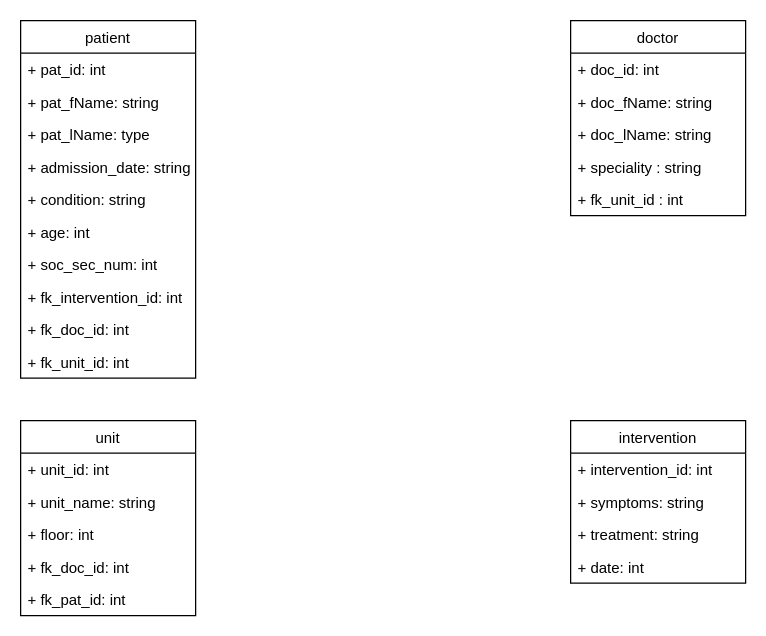
OinkoIT/BE16-MySQL-DAY2-Claus-Markus keeps this draw.io diagram as page "Page-3" (3 of 4) of claus/healthcenter.drawio. Above is the earlier version. Source tidied: cells renumbered, new cells numbered last; positions are measured from the earlier drawing's top-left corner, leaving out a move shared by most shapes. Both pictures are drawn from the tidied source at 125%, with x=0, y=0 at pixel (20, 20).
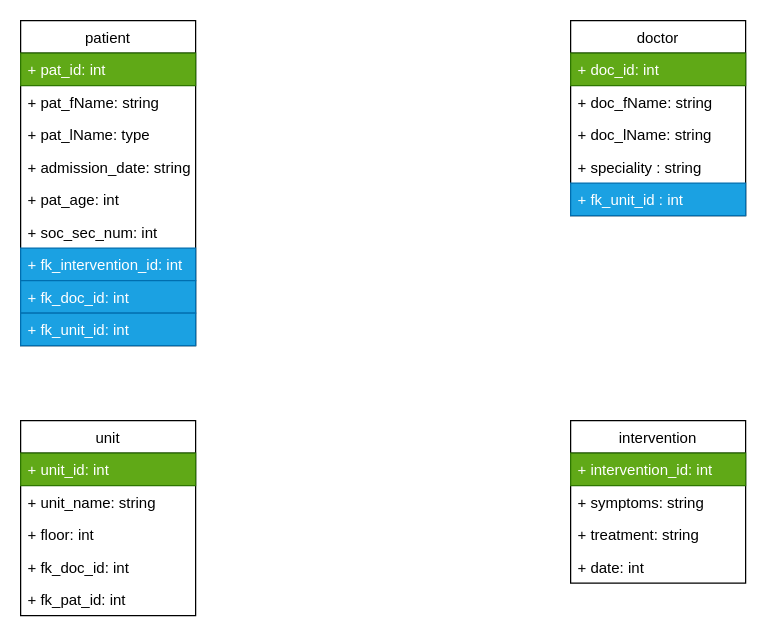
After the change.

The change refers to these unchanged cells:
```xml
<mxCell id="2" value="intervention" style="swimlane;fontStyle=0;horizontal=1;startSize=26;fillColor=none;" parent="1" vertex="1">
  <mxGeometry x="440" y="320" width="140" height="130" as="geometry" />
</mxCell>
<mxCell id="18" value="doctor" style="swimlane;fontStyle=0;horizontal=1;startSize=26;fillColor=none;" parent="1" vertex="1">
  <mxGeometry x="440" width="140" height="156" as="geometry" />
</mxCell>
<mxCell id="24" value="unit" style="swimlane;fontStyle=0;horizontal=1;startSize=26;fillColor=none;" parent="1" vertex="1">
  <mxGeometry y="320" width="140" height="156" as="geometry" />
</mxCell>
```

The edit, as a diff of the source:
```diff
@@
-    <mxCell id="3" value="+ intervention_id: int" style="text;strokeColor=none;fillColor=none;align=left;verticalAlign=top;spacingLeft=4;spacingRight=4;overflow=hidden;" parent="2" vertex="1">
+    <mxCell id="3" value="+ intervention_id: int" style="text;strokeColor=#2D7600;fillColor=#60a917;align=left;verticalAlign=top;spacingLeft=4;spacingRight=4;overflow=hidden;fontColor=#ffffff;" parent="2" vertex="1">
       <mxGeometry y="26" width="140" height="26" as="geometry" />
     </mxCell>
@@
     <mxCell id="7" value="patient" style="swimlane;fontStyle=0;horizontal=1;startSize=26;fillColor=none;" parent="1" vertex="1">
-      <mxGeometry width="140" height="286" as="geometry" />
+      <mxGeometry width="140" height="260" as="geometry" />
     </mxCell>
-    <mxCell id="8" value="+ pat_id: int" style="text;strokeColor=none;fillColor=none;align=left;verticalAlign=top;spacingLeft=4;spacingRight=4;overflow=hidden;" parent="7" vertex="1">
+    <mxCell id="8" value="+ pat_id: int" style="text;strokeColor=#2D7600;fillColor=#60a917;align=left;verticalAlign=top;spacingLeft=4;spacingRight=4;overflow=hidden;fontColor=#ffffff;" parent="7" vertex="1">
       <mxGeometry y="26" width="140" height="26" as="geometry" />
     </mxCell>
@@
-    <mxCell id="12" value="+ condition: string" style="text;strokeColor=none;fillColor=none;align=left;verticalAlign=top;spacingLeft=4;spacingRight=4;overflow=hidden;" parent="7" vertex="1">
-      <mxGeometry y="130" width="140" height="26" as="geometry" />
-    </mxCell>
-    <mxCell id="13" value="+ age: int" style="text;strokeColor=none;fillColor=none;align=left;verticalAlign=top;spacingLeft=4;spacingRight=4;overflow=hidden;" parent="7" vertex="1">
-      <mxGeometry y="156" width="140" height="26" as="geometry" />
+    <mxCell id="13" value="+ pat_age: int" style="text;strokeColor=none;fillColor=none;align=left;verticalAlign=top;spacingLeft=4;spacingRight=4;overflow=hidden;" parent="7" vertex="1">
+      <mxGeometry y="130" width="140" height="26" as="geometry" />
     </mxCell>
     <mxCell id="14" value="+ soc_sec_num: int" style="text;strokeColor=none;fillColor=none;align=left;verticalAlign=top;spacingLeft=4;spacingRight=4;overflow=hidden;" parent="7" vertex="1">
-      <mxGeometry y="182" width="140" height="26" as="geometry" />
+      <mxGeometry y="156" width="140" height="26" as="geometry" />
     </mxCell>
-    <mxCell id="15" value="+ fk_intervention_id: int" style="text;strokeColor=none;fillColor=none;align=left;verticalAlign=top;spacingLeft=4;spacingRight=4;overflow=hidden;" parent="7" vertex="1">
-      <mxGeometry y="208" width="140" height="26" as="geometry" />
+    <mxCell id="15" value="+ fk_intervention_id: int" style="text;strokeColor=#006EAF;fillColor=#1ba1e2;align=left;verticalAlign=top;spacingLeft=4;spacingRight=4;overflow=hidden;fontColor=#ffffff;" parent="7" vertex="1">
+      <mxGeometry y="182" width="140" height="26" as="geometry" />
     </mxCell>
-    <mxCell id="16" value="+ fk_doc_id: int" style="text;strokeColor=none;fillColor=none;align=left;verticalAlign=top;spacingLeft=4;spacingRight=4;overflow=hidden;" parent="7" vertex="1">
-      <mxGeometry y="234" width="140" height="26" as="geometry" />
+    <mxCell id="16" value="+ fk_doc_id: int" style="text;strokeColor=#006EAF;fillColor=#1ba1e2;align=left;verticalAlign=top;spacingLeft=4;spacingRight=4;overflow=hidden;fontColor=#ffffff;" parent="7" vertex="1">
+      <mxGeometry y="208" width="140" height="26" as="geometry" />
     </mxCell>
-    <mxCell id="17" value="+ fk_unit_id: int" style="text;strokeColor=none;fillColor=none;align=left;verticalAlign=top;spacingLeft=4;spacingRight=4;overflow=hidden;" parent="7" vertex="1">
-      <mxGeometry y="260" width="140" height="26" as="geometry" />
+    <mxCell id="17" value="+ fk_unit_id: int" style="text;strokeColor=#006EAF;fillColor=#1ba1e2;align=left;verticalAlign=top;spacingLeft=4;spacingRight=4;overflow=hidden;fontColor=#ffffff;" parent="7" vertex="1">
+      <mxGeometry y="234" width="140" height="26" as="geometry" />
     </mxCell>
@@
-    <mxCell id="19" value="+ doc_id: int" style="text;strokeColor=none;fillColor=none;align=left;verticalAlign=top;spacingLeft=4;spacingRight=4;overflow=hidden;" parent="18" vertex="1">
+    <mxCell id="19" value="+ doc_id: int" style="text;strokeColor=#2D7600;fillColor=#60a917;align=left;verticalAlign=top;spacingLeft=4;spacingRight=4;overflow=hidden;fontColor=#ffffff;" parent="18" vertex="1">
       <mxGeometry y="26" width="140" height="26" as="geometry" />
     </mxCell>
@@
-    <mxCell id="23" value="+ fk_unit_id : int" style="text;strokeColor=none;fillColor=none;align=left;verticalAlign=top;spacingLeft=4;spacingRight=4;overflow=hidden;" parent="18" vertex="1">
+    <mxCell id="23" value="+ fk_unit_id : int" style="text;strokeColor=#006EAF;fillColor=#1ba1e2;align=left;verticalAlign=top;spacingLeft=4;spacingRight=4;overflow=hidden;fontColor=#ffffff;" parent="18" vertex="1">
       <mxGeometry y="130" width="140" height="26" as="geometry" />
     </mxCell>
@@
-    <mxCell id="25" value="+ unit_id: int" style="text;strokeColor=none;fillColor=none;align=left;verticalAlign=top;spacingLeft=4;spacingRight=4;overflow=hidden;" parent="24" vertex="1">
+    <mxCell id="25" value="+ unit_id: int" style="text;strokeColor=#2D7600;fillColor=#60a917;align=left;verticalAlign=top;spacingLeft=4;spacingRight=4;overflow=hidden;fontColor=#ffffff;" parent="24" vertex="1">
       <mxGeometry y="26" width="140" height="26" as="geometry" />
     </mxCell>
```
